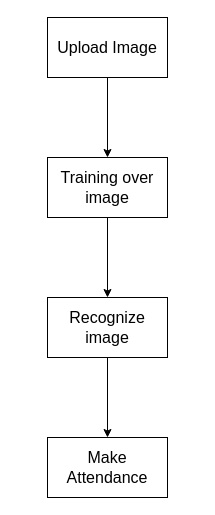
Earlier version of the draw.io diagram Documentation/Flow Diagram/FRS Basic.drawio (prashantsingh2408/Face-Recognition-Attendance-System). Source tidied: cells renumbered, new cells numbered last; positions are measured from the earlier drawing's top-left corner, leaving out a move shared by most shapes. Both pictures are drawn from the tidied source at 100%, with x=0, y=0 at pixel (47, 17).
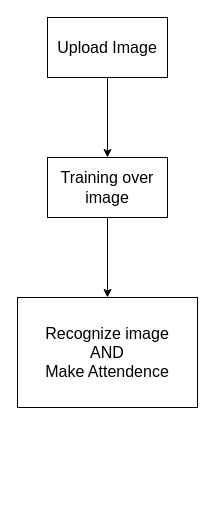
After the change.

The edit, as a diff of the source:
```diff
@@
 <mxGraphModel>
   <root>
     <mxCell id="0" />
     <mxCell id="1" parent="0" />
     <mxCell id="2" style="edgeStyle=orthogonalEdgeStyle;rounded=0;jettySize=auto;html=1;" parent="1" edge="1" source="3" target="5">
       <mxGeometry relative="1" as="geometry" />
     </mxCell>
     <mxCell id="3" value="&lt;font size=&quot;3&quot;&gt;Upload Image&lt;/font&gt;" style="rounded=0;whiteSpace=wrap;html=1;" parent="1" vertex="1">
       <mxGeometry width="120" height="60" as="geometry" />
     </mxCell>
     <mxCell id="4" style="edgeStyle=orthogonalEdgeStyle;rounded=0;jettySize=auto;html=1;" parent="1" edge="1" source="5" target="7">
       <mxGeometry relative="1" as="geometry" />
     </mxCell>
     <mxCell id="5" value="&lt;font size=&quot;3&quot;&gt;Training over image&lt;/font&gt;" style="rounded=0;whiteSpace=wrap;html=1;" parent="1" vertex="1">
       <mxGeometry y="140" width="120" height="60" as="geometry" />
     </mxCell>
-    <mxCell id="6" style="edgeStyle=orthogonalEdgeStyle;rounded=0;jettySize=auto;html=1;" parent="1" edge="1" source="7" target="8">
-      <mxGeometry relative="1" as="geometry" />
-    </mxCell>
-    <mxCell id="7" value="&lt;font size=&quot;3&quot;&gt;Recognize image&lt;/font&gt;" style="rounded=0;whiteSpace=wrap;html=1;" parent="1" vertex="1">
-      <mxGeometry y="280" width="120" height="60" as="geometry" />
+    <mxCell id="7" value="&lt;font size=&quot;3&quot;&gt;Recognize image&lt;br&gt;AND&lt;br&gt;Make Attendence&lt;br&gt;&lt;/font&gt;" style="rounded=0;whiteSpace=wrap;html=1;" parent="1" vertex="1">
+      <mxGeometry x="-30" y="280" width="180" height="110" as="geometry" />
     </mxCell>
-    <mxCell id="8" value="&lt;font size=&quot;3&quot;&gt;Make Attendance&lt;br&gt;&lt;/font&gt;" style="rounded=0;whiteSpace=wrap;html=1;" parent="1" vertex="1">
-      <mxGeometry y="420" width="120" height="60" as="geometry" />
-    </mxCell>
   </root>
 </mxGraphModel>
```
